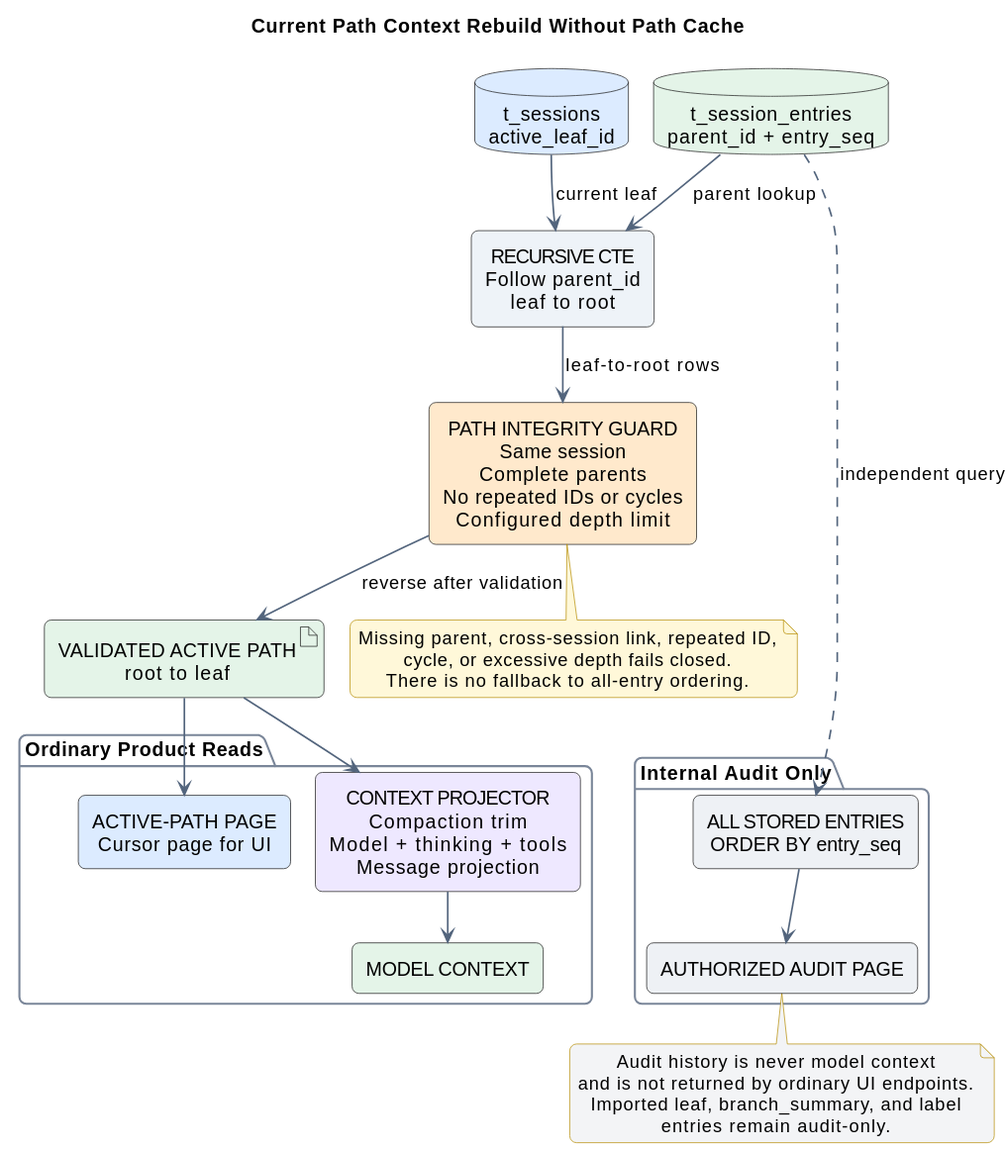
The PlantUML diagram 03-数据与存储/01-会话记忆GaussDB/设计图/memory-context-rebuild.svg in ssm0808/pi-mono-java-design, before a commit.
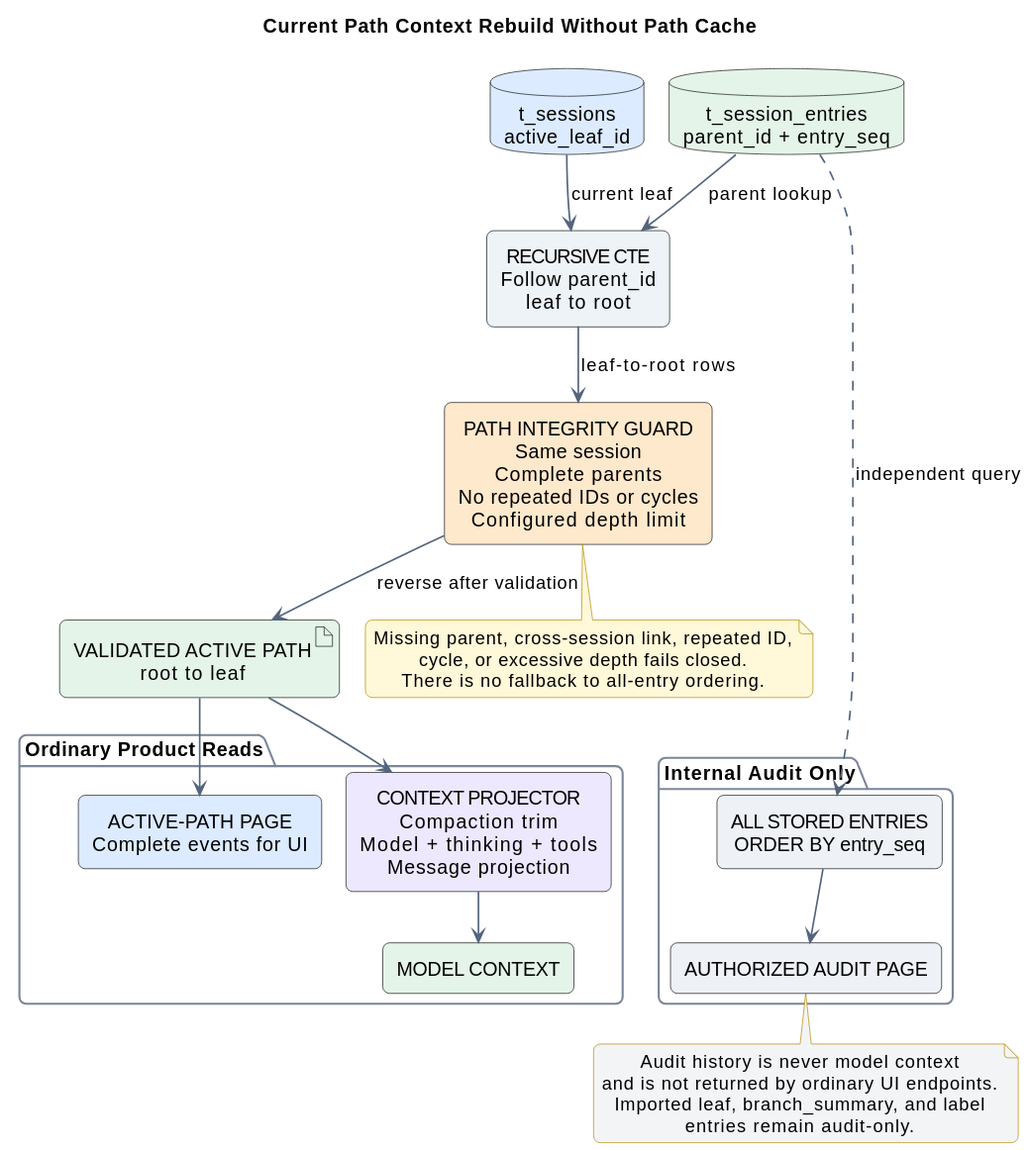
The same file after the commit.

What changed in the source:
```diff
@@ -24,7 +24,7 @@
 artifact "VALIDATED ACTIVE PATH\nroot to leaf" as path #E4F4E8
 
 package "Ordinary Product Reads" as ordinary {
-  rectangle "ACTIVE-PATH PAGE\nCursor page for UI" as page #DCEBFF
+  rectangle "ACTIVE-PATH PAGE\nComplete events for UI" as page #DCEBFF
   rectangle "CONTEXT PROJECTOR\nCompaction trim\nModel + thinking + tools\nMessage projection" as projector #EEE8FF
   rectangle "MODEL CONTEXT" as context #E4F4E8
 
```
